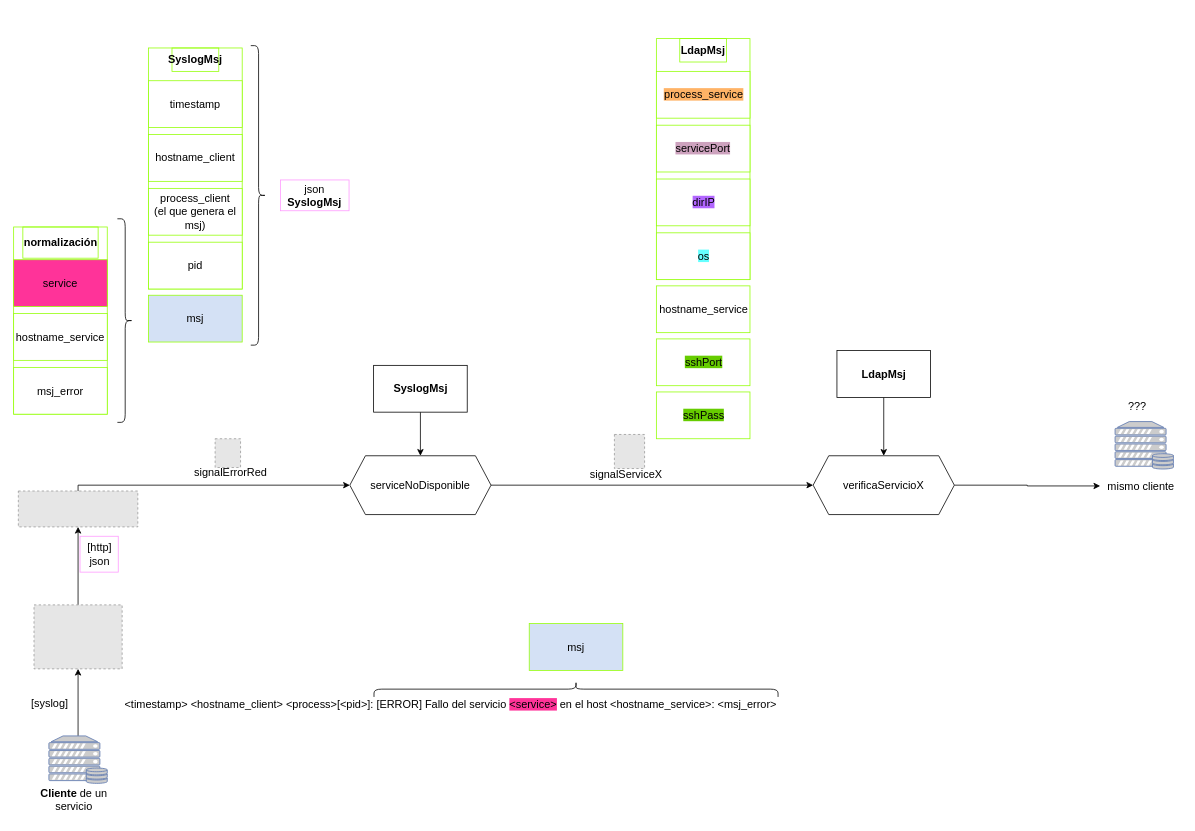
MarianaReyesH/gestionRed keeps this draw.io diagram as page "visión general" (1 of 4) of esquemaProcesos.drawio. Above is the earlier version. Source tidied: cells renumbered, new cells numbered last; positions are measured from the earlier drawing's top-left corner, leaving out a move shared by most shapes. Both pictures are drawn from the tidied source at 78%, with x=0, y=0 at pixel (13, 13). Pictures stored in the file or linked from it are replaced by grey dashed boxes.
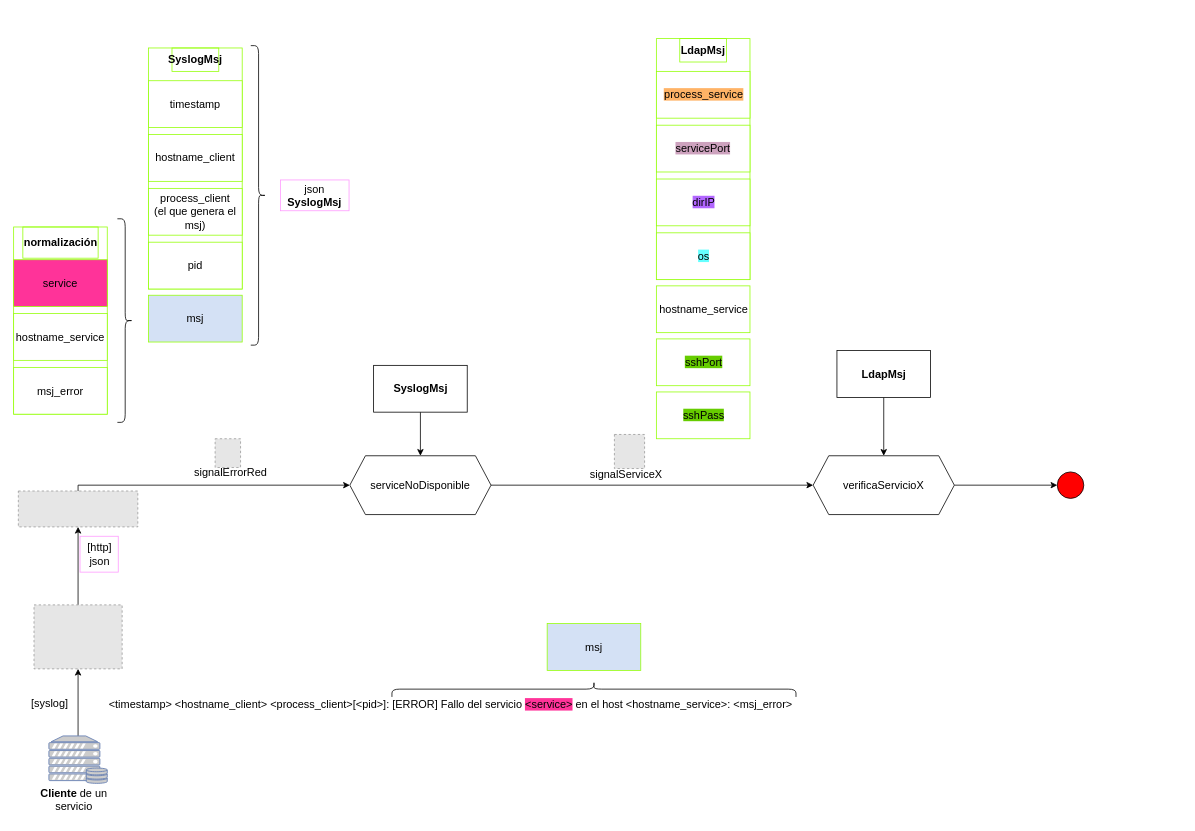
The same diagram, later.

The change refers to these unchanged cells:
```xml
<mxCell id="56" value="&lt;span style=&quot;font-size: 14px;&quot;&gt;verificaServicioX&lt;/span&gt;" style="shape=hexagon;perimeter=hexagonPerimeter2;whiteSpace=wrap;html=1;fixedSize=1;" parent="1" vertex="1">
  <mxGeometry x="1025" y="566.8" width="181" height="75.4" as="geometry" />
</mxCell>
```

Change to the diagram source:
```diff
@@
-    <mxCell id="11" value="&lt;font style=&quot;font-size: 14px;&quot;&gt;&amp;lt;timestamp&amp;gt; &amp;lt;hostname_client&amp;gt; &amp;lt;process&amp;gt;[&amp;lt;pid&amp;gt;]: [ERROR] Fallo del servicio &lt;span style=&quot;background-color: rgb(255, 51, 153);&quot;&gt;&amp;lt;service&amp;gt;&lt;/span&gt; en el host &amp;lt;hostname_service&amp;gt;: &amp;lt;msj_error&amp;gt;&lt;/font&gt;" style="text;html=1;align=center;verticalAlign=middle;whiteSpace=wrap;rounded=0;" parent="1" vertex="1">
+    <mxCell id="11" value="&lt;font style=&quot;font-size: 14px;&quot;&gt;&amp;lt;timestamp&amp;gt; &amp;lt;hostname_client&amp;gt; &amp;lt;process_client&amp;gt;[&amp;lt;pid&amp;gt;]: [ERROR] Fallo del servicio &lt;span style=&quot;background-color: rgb(255, 51, 153);&quot;&gt;&amp;lt;service&amp;gt;&lt;/span&gt; en el host &amp;lt;hostname_service&amp;gt;: &amp;lt;msj_error&amp;gt;&lt;/font&gt;" style="text;html=1;align=center;verticalAlign=middle;whiteSpace=wrap;rounded=0;" parent="1" vertex="1">
       <mxGeometry x="85.1" y="870" width="950.9" height="32" as="geometry" />
     </mxCell>
     <mxCell id="12" style="shape=curlyBracket;whiteSpace=wrap;html=1;rounded=1;flipH=1;labelPosition=right;verticalLabelPosition=middle;align=left;verticalAlign=middle;rotation=-90;" parent="1" vertex="1">
-      <mxGeometry x="711" y="607" width="20" height="518" as="geometry" />
+      <mxGeometry x="734" y="607" width="20" height="518" as="geometry" />
     </mxCell>
-    <mxCell id="13" style="fontColor=#0066CC;verticalAlign=top;verticalLabelPosition=bottom;labelPosition=center;align=center;html=1;fillColor=#CCCCCC;strokeColor=#6881B3;gradientColor=none;gradientDirection=north;strokeWidth=2;shape=mxgraph.networks.server_storage;rounded=0;shadow=0;comic=0;" parent="1" vertex="1">
-      <mxGeometry x="1412.1" y="523" width="74.8" height="60.8" as="geometry" />
-    </mxCell>
-    <mxCell id="14" value="&lt;span style=&quot;font-size: 14px;&quot;&gt;mismo cliente&lt;/span&gt;" style="text;html=1;align=center;verticalAlign=middle;points=[];strokeColor=none;fillColor=none;" parent="1" vertex="1">
-      <mxGeometry x="1393" y="591" width="104" height="29" as="geometry" />
-    </mxCell>
-    <mxCell id="15" value="&lt;span style=&quot;color: rgb(0, 0, 0); font-family: Helvetica; font-size: 14px; font-style: normal; font-variant-ligatures: normal; font-variant-caps: normal; font-weight: 400; letter-spacing: normal; orphans: 2; text-align: center; text-indent: 0px; text-transform: none; widows: 2; word-spacing: 0px; -webkit-text-stroke-width: 0px; white-space: normal; background-color: rgb(255, 255, 255); text-decoration-thickness: initial; text-decoration-style: initial; text-decoration-color: initial; display: inline !important; float: none;&quot;&gt;???&lt;/span&gt;" style="text;whiteSpace=wrap;html=1;" parent="1" vertex="1">
-      <mxGeometry x="1427" y="489" width="67" height="33" as="geometry" />
-    </mxCell>
@@
     <mxCell id="29" value="&lt;font style=&quot;font-size: 14px;&quot;&gt;msj&lt;/font&gt;" style="rounded=0;whiteSpace=wrap;html=1;strokeColor=#94FF08;fillColor=#D4E1F5;" parent="1" vertex="1">
-      <mxGeometry x="661" y="782" width="120" height="60" as="geometry" />
+      <mxGeometry x="684" y="782" width="120" height="60" as="geometry" />
     </mxCell>
@@
-    <mxCell id="55" style="edgeStyle=orthogonalEdgeStyle;rounded=0;jettySize=auto;html=1;" parent="1" edge="1" source="56" target="14">
-      <mxGeometry relative="1" as="geometry" />
-    </mxCell>
+    <mxCell id="59" style="edgeStyle=orthogonalEdgeStyle;rounded=0;jettySize=auto;html=1;entryX=0;entryY=0.5;entryDx=0;entryDy=0;" parent="1" edge="1" source="56" target="60">
+      <mxGeometry relative="1" as="geometry" />
+    </mxCell>
@@
+    <mxCell id="60" style="ellipse;whiteSpace=wrap;html=1;fillColor=#FF0000;" parent="1" vertex="1">
+      <mxGeometry x="1338" y="587.5" width="34" height="34" as="geometry" />
+    </mxCell>
```
